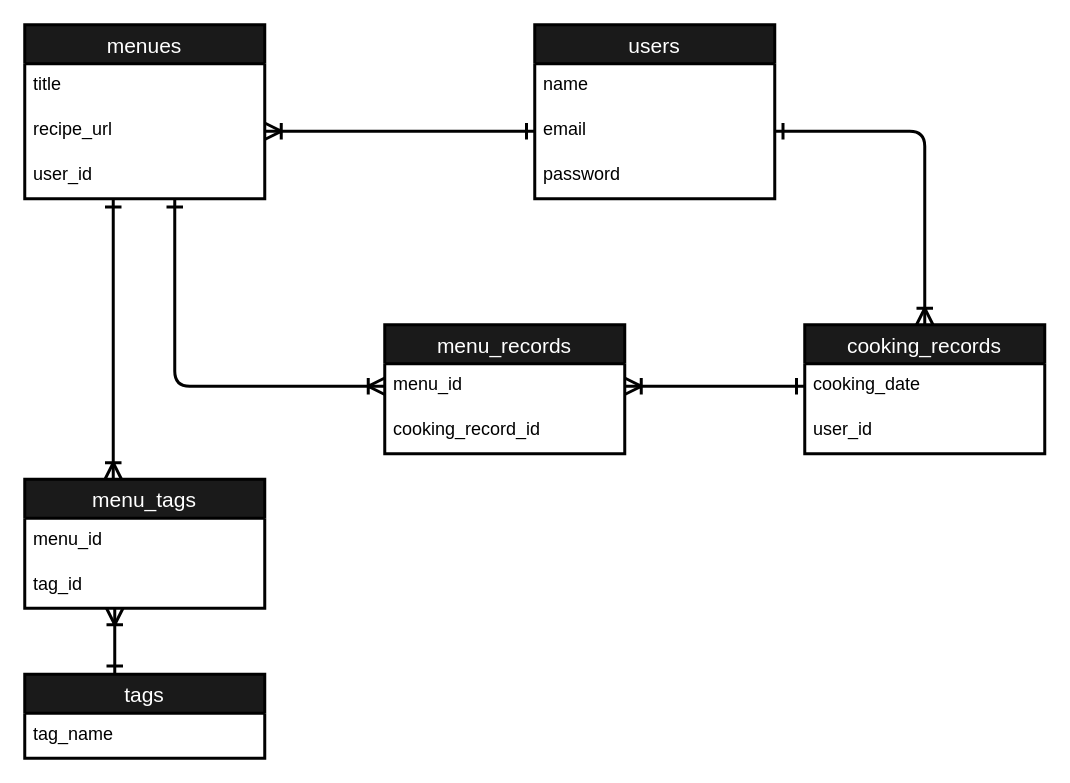
Before: config/ER.dio in rynao/menu_record, a draw.io diagram. Source tidied: cells renumbered, new cells numbered last; positions are measured from the earlier drawing's top-left corner, leaving out a move shared by most shapes. Both pictures are drawn from the tidied source at 150%, with x=0, y=0 at pixel (24, 24).
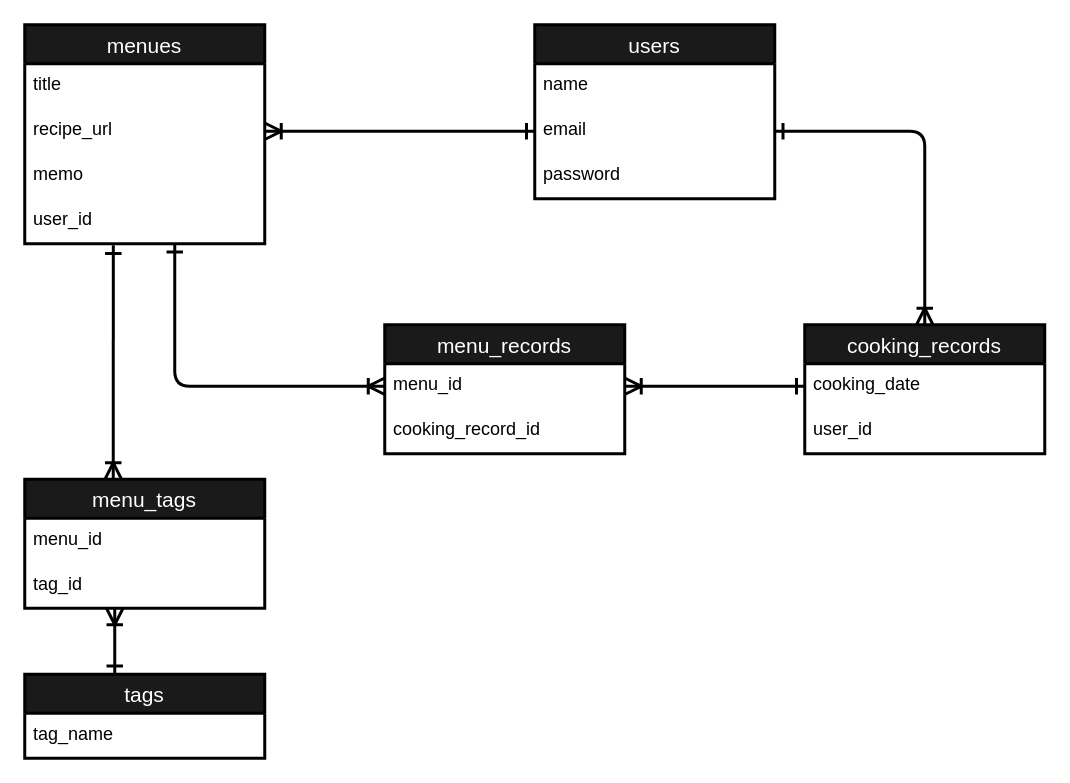
The same diagram, later.

The edit, as a diff of the source:
```diff
@@
     <mxCell id="2" value="menues" style="swimlane;fontStyle=0;horizontal=1;startSize=26;align=center;fontSize=14;strokeColor=#000000;strokeWidth=2;fontColor=#FFFFFF;fillColor=#1A1A1A;" parent="1" vertex="1">
-      <mxGeometry width="160" height="116" as="geometry" />
+      <mxGeometry width="160" height="146" as="geometry" />
     </mxCell>
@@
+    <mxCell id="27" value="memo" style="text;strokeColor=none;fillColor=none;spacingLeft=4;spacingRight=4;overflow=hidden;fontSize=12;fontColor=#000000;" parent="2" vertex="1">
+      <mxGeometry y="86" width="160" height="30" as="geometry" />
+    </mxCell>
     <mxCell id="5" value="user_id" style="text;strokeColor=none;fillColor=none;spacingLeft=4;spacingRight=4;overflow=hidden;points=[[0,0.5],[1,0.5]];portConstraint=eastwest;fontSize=12;fontColor=#000000;" parent="2" vertex="1">
-      <mxGeometry y="86" width="160" height="30" as="geometry" />
+      <mxGeometry y="116" width="160" height="30" as="geometry" />
     </mxCell>
@@
-    <mxCell id="15" style="edgeStyle=none;html=1;endArrow=ERone;endFill=0;startArrow=ERoneToMany;startFill=0;strokeColor=#000000;strokeWidth=2;endSize=8;startSize=8;exitX=0.5;exitY=0;exitDx=0;exitDy=0;" parent="1" edge="1">
+    <mxCell id="15" style="edgeStyle=none;html=1;endArrow=ERone;endFill=0;startArrow=ERoneToMany;startFill=0;strokeColor=#000000;strokeWidth=2;endSize=8;startSize=8;exitX=0.5;exitY=0;exitDx=0;exitDy=0;entryX=0.369;entryY=1.033;entryDx=0;entryDy=0;entryPerimeter=0;" parent="1" edge="1" target="5">
       <mxGeometry relative="1" as="geometry">
         <mxPoint x="59" y="303" as="sourcePoint" />
-        <mxPoint x="59" y="116" as="targetPoint" />
       </mxGeometry>
     </mxCell>
```
